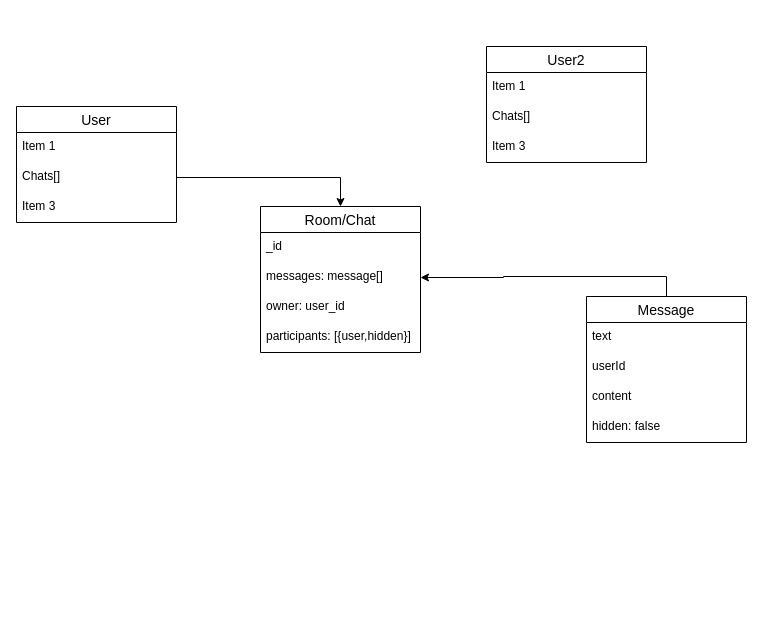
Earlier version of the draw.io diagram page "Page-2" (2 of 2) of dbschema.drawio (MaLIE2018/B4-wa-be). Source tidied: cells renumbered, new cells numbered last; positions are measured from the earlier drawing's top-left corner, leaving out a move shared by most shapes. Both pictures are drawn from the tidied source at 100%, with x=0, y=0 at pixel (16, 46).
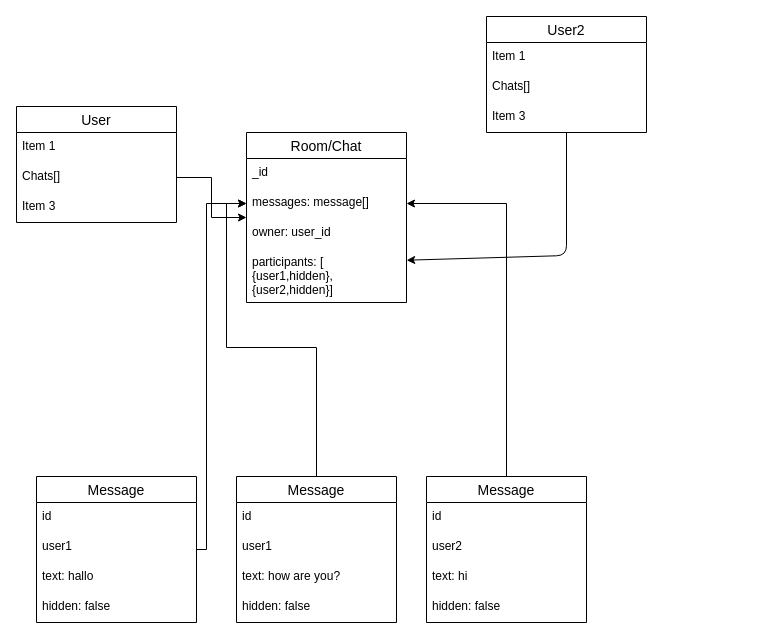
The same diagram, later.

The change refers to these unchanged cells:
```xml
<mxCell id="8" value="messages: message[]" style="text;strokeColor=none;fillColor=none;spacingLeft=4;spacingRight=4;overflow=hidden;points=[[0,0.5],[1,0.5]];portConstraint=eastwest;fontSize=12;" parent="6" vertex="1">
  <mxGeometry y="56" width="160" height="30" as="geometry" />
</mxCell>
```

Diff of the diagram source:
```diff
@@
     <mxCell id="6" value="Room/Chat" style="swimlane;fontStyle=0;horizontal=1;startSize=26;align=center;fontSize=14;" parent="1" vertex="1">
-      <mxGeometry x="244" y="160" width="160" height="146" as="geometry" />
+      <mxGeometry x="230" y="86" width="160" height="170" as="geometry" />
     </mxCell>
@@
-    <mxCell id="10" value="participants: [{user,hidden}]" style="text;strokeColor=none;fillColor=none;spacingLeft=4;spacingRight=4;overflow=hidden;points=[[0,0.5],[1,0.5]];portConstraint=eastwest;fontSize=12;" parent="6" vertex="1">
-      <mxGeometry y="116" width="160" height="30" as="geometry" />
+    <mxCell id="10" value="participants: [&#10;{user1,hidden},&#10;{user2,hidden}]" style="text;strokeColor=none;fillColor=none;spacingLeft=4;spacingRight=4;overflow=hidden;points=[[0,0.5],[1,0.5]];portConstraint=eastwest;fontSize=12;" parent="6" vertex="1">
+      <mxGeometry y="116" width="160" height="54" as="geometry" />
     </mxCell>
@@
     <mxCell id="13" value="Message" style="swimlane;fontStyle=0;horizontal=1;startSize=26;align=center;fontSize=14;" parent="1" vertex="1">
-      <mxGeometry x="570" y="250" width="160" height="146" as="geometry" />
+      <mxGeometry x="220" y="430" width="160" height="146" as="geometry" />
     </mxCell>
-    <mxCell id="14" value="text&#10;" style="text;strokeColor=none;fillColor=none;spacingLeft=4;spacingRight=4;overflow=hidden;fontSize=12;" parent="13" vertex="1">
+    <mxCell id="14" value="id" style="text;strokeColor=none;fillColor=none;spacingLeft=4;spacingRight=4;overflow=hidden;fontSize=12;" parent="13" vertex="1">
       <mxGeometry y="26" width="160" height="30" as="geometry" />
     </mxCell>
-    <mxCell id="15" value="userId" style="text;strokeColor=none;fillColor=none;spacingLeft=4;spacingRight=4;overflow=hidden;fontSize=12;" parent="13" vertex="1">
+    <mxCell id="15" value="user1" style="text;strokeColor=none;fillColor=none;spacingLeft=4;spacingRight=4;overflow=hidden;fontSize=12;" parent="13" vertex="1">
       <mxGeometry y="56" width="160" height="30" as="geometry" />
     </mxCell>
-    <mxCell id="16" value="content" style="text;strokeColor=none;fillColor=none;spacingLeft=4;spacingRight=4;overflow=hidden;fontSize=12;" parent="13" vertex="1">
+    <mxCell id="16" value="text: how are you?" style="text;strokeColor=none;fillColor=none;spacingLeft=4;spacingRight=4;overflow=hidden;fontSize=12;" parent="13" vertex="1">
       <mxGeometry y="86" width="160" height="30" as="geometry" />
     </mxCell>
@@
     <mxCell id="18" value="User2" style="swimlane;fontStyle=0;horizontal=1;startSize=26;align=center;fontSize=14;" parent="1" vertex="1">
-      <mxGeometry x="470" width="160" height="116" as="geometry" />
+      <mxGeometry x="470" y="-30" width="160" height="116" as="geometry" />
     </mxCell>
@@
+    <mxCell id="22" style="endArrow=classic;html=1;entryX=1.001;entryY=0.217;entryDx=0;entryDy=0;entryPerimeter=0;" parent="1" edge="1" source="18" target="10">
+      <mxGeometry relative="1" as="geometry">
+        <Array as="points">
+          <mxPoint x="550" y="209" />
+        </Array>
+      </mxGeometry>
+    </mxCell>
+    <mxCell id="23" style="edgeStyle=orthogonalEdgeStyle;rounded=0;jettySize=auto;html=1;" parent="1" edge="1" source="24" target="8">
+      <mxGeometry relative="1" as="geometry" />
+    </mxCell>
+    <mxCell id="24" value="Message" style="swimlane;fontStyle=0;horizontal=1;startSize=26;align=center;fontSize=14;" parent="1" vertex="1">
+      <mxGeometry x="410" y="430" width="160" height="146" as="geometry" />
+    </mxCell>
+    <mxCell id="25" value="id" style="text;strokeColor=none;fillColor=none;spacingLeft=4;spacingRight=4;overflow=hidden;fontSize=12;" parent="24" vertex="1">
+      <mxGeometry y="26" width="160" height="30" as="geometry" />
+    </mxCell>
+    <mxCell id="26" value="user2" style="text;strokeColor=none;fillColor=none;spacingLeft=4;spacingRight=4;overflow=hidden;fontSize=12;" parent="24" vertex="1">
+      <mxGeometry y="56" width="160" height="30" as="geometry" />
+    </mxCell>
+    <mxCell id="27" value="text: hi" style="text;strokeColor=none;fillColor=none;spacingLeft=4;spacingRight=4;overflow=hidden;fontSize=12;" parent="24" vertex="1">
+      <mxGeometry y="86" width="160" height="30" as="geometry" />
+    </mxCell>
+    <mxCell id="28" value="hidden: false" style="text;strokeColor=none;fillColor=none;spacingLeft=4;spacingRight=4;overflow=hidden;fontSize=12;" parent="24" vertex="1">
+      <mxGeometry y="116" width="160" height="30" as="geometry" />
+    </mxCell>
+    <mxCell id="29" style="edgeStyle=orthogonalEdgeStyle;rounded=0;jettySize=auto;html=1;" parent="1" edge="1" source="30" target="8">
+      <mxGeometry relative="1" as="geometry">
+        <Array as="points">
+          <mxPoint x="190" y="503" />
+          <mxPoint x="190" y="157" />
+        </Array>
+      </mxGeometry>
+    </mxCell>
+    <mxCell id="30" value="Message" style="swimlane;fontStyle=0;horizontal=1;startSize=26;align=center;fontSize=14;" parent="1" vertex="1">
+      <mxGeometry x="20" y="430" width="160" height="146" as="geometry" />
+    </mxCell>
+    <mxCell id="31" value="id" style="text;strokeColor=none;fillColor=none;spacingLeft=4;spacingRight=4;overflow=hidden;fontSize=12;" parent="30" vertex="1">
+      <mxGeometry y="26" width="160" height="30" as="geometry" />
+    </mxCell>
+    <mxCell id="32" value="user1" style="text;strokeColor=none;fillColor=none;spacingLeft=4;spacingRight=4;overflow=hidden;fontSize=12;" parent="30" vertex="1">
+      <mxGeometry y="56" width="160" height="30" as="geometry" />
+    </mxCell>
+    <mxCell id="33" value="text: hallo" style="text;strokeColor=none;fillColor=none;spacingLeft=4;spacingRight=4;overflow=hidden;fontSize=12;" parent="30" vertex="1">
+      <mxGeometry y="86" width="160" height="30" as="geometry" />
+    </mxCell>
+    <mxCell id="34" value="hidden: false" style="text;strokeColor=none;fillColor=none;spacingLeft=4;spacingRight=4;overflow=hidden;fontSize=12;" parent="30" vertex="1">
+      <mxGeometry y="116" width="160" height="30" as="geometry" />
+    </mxCell>
```
